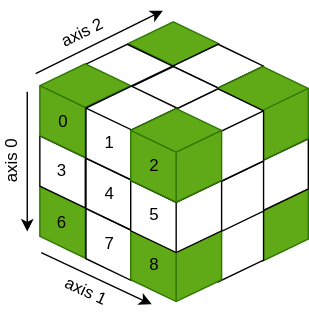
Above: images/array-3d-strided.drawio.svg in dboyliao/TaipeiPy-numpy-talk-2023-Jan (draw.io), before the change. Source tidied: cells renumbered, new cells last; positions are measured from the earlier drawing's top-left corner, leaving out a move shared by most shapes. The source it was exported from:
```xml
<mxGraphModel>
  <root>
    <mxCell id="0" />
    <mxCell id="1" parent="0" />
    <mxCell id="2" style="html=1;whiteSpace=wrap;shape=isoCube2;backgroundOutline=1;isoAngle=15;fillColor=#60a917;fontColor=#ffffff;strokeColor=#2D7600;" parent="1" vertex="1">
      <mxGeometry x="91" y="8" width="65" height="67" as="geometry" />
    </mxCell>
    <mxCell id="3" style="html=1;whiteSpace=wrap;shape=isoCube2;backgroundOutline=1;isoAngle=15;" parent="1" vertex="1">
      <mxGeometry x="58" y="24" width="65" height="67" as="geometry" />
    </mxCell>
    <mxCell id="4" style="html=1;whiteSpace=wrap;shape=isoCube2;backgroundOutline=1;isoAngle=15;" parent="1" vertex="1">
      <mxGeometry x="123" y="24" width="65" height="67" as="geometry" />
    </mxCell>
    <mxCell id="5" style="html=1;whiteSpace=wrap;shape=isoCube2;backgroundOutline=1;isoAngle=15;" parent="1" vertex="1">
      <mxGeometry x="91" y="40" width="65" height="67" as="geometry" />
    </mxCell>
    <mxCell id="6" style="html=1;whiteSpace=wrap;shape=isoCube2;backgroundOutline=1;isoAngle=15;fillColor=#60a917;fontColor=#ffffff;strokeColor=#2D7600;" parent="1" vertex="1">
      <mxGeometry x="28" y="110" width="65" height="67" as="geometry" />
    </mxCell>
    <mxCell id="7" style="html=1;whiteSpace=wrap;shape=isoCube2;backgroundOutline=1;isoAngle=15;" parent="1" vertex="1">
      <mxGeometry x="28" y="74" width="65" height="67" as="geometry" />
    </mxCell>
    <mxCell id="8" style="html=1;whiteSpace=wrap;shape=isoCube2;backgroundOutline=1;isoAngle=15;fillColor=#60a917;fontColor=#ffffff;strokeColor=#2D7600;" parent="1" vertex="1">
      <mxGeometry x="28" y="38" width="65" height="67" as="geometry" />
    </mxCell>
    <mxCell id="9" style="html=1;whiteSpace=wrap;shape=isoCube2;backgroundOutline=1;isoAngle=15;" parent="1" vertex="1">
      <mxGeometry x="61" y="126" width="65" height="67" as="geometry" />
    </mxCell>
    <mxCell id="10" style="html=1;whiteSpace=wrap;shape=isoCube2;backgroundOutline=1;isoAngle=15;" parent="1" vertex="1">
      <mxGeometry x="61" y="90" width="65" height="67" as="geometry" />
    </mxCell>
    <mxCell id="11" style="html=1;whiteSpace=wrap;shape=isoCube2;backgroundOutline=1;isoAngle=15;" parent="1" vertex="1">
      <mxGeometry x="61" y="54" width="65" height="67" as="geometry" />
    </mxCell>
    <mxCell id="12" style="html=1;whiteSpace=wrap;shape=isoCube2;backgroundOutline=1;isoAngle=15;fillColor=#60a917;fontColor=#ffffff;strokeColor=#2D7600;" parent="1" vertex="1">
      <mxGeometry x="155" y="112" width="65" height="67" as="geometry" />
    </mxCell>
    <mxCell id="13" style="html=1;whiteSpace=wrap;shape=isoCube2;backgroundOutline=1;isoAngle=15;" parent="1" vertex="1">
      <mxGeometry x="155" y="76" width="65" height="67" as="geometry" />
    </mxCell>
    <mxCell id="14" style="html=1;whiteSpace=wrap;shape=isoCube2;backgroundOutline=1;isoAngle=15;fillColor=#60a917;fontColor=#ffffff;strokeColor=#2D7600;" parent="1" vertex="1">
      <mxGeometry x="155" y="40" width="65" height="67" as="geometry" />
    </mxCell>
    <mxCell id="15" style="html=1;whiteSpace=wrap;shape=isoCube2;backgroundOutline=1;isoAngle=15;" parent="1" vertex="1">
      <mxGeometry x="123" y="127" width="65" height="67" as="geometry" />
    </mxCell>
    <mxCell id="16" style="html=1;whiteSpace=wrap;shape=isoCube2;backgroundOutline=1;isoAngle=15;" parent="1" vertex="1">
      <mxGeometry x="123" y="92" width="65" height="67" as="geometry" />
    </mxCell>
    <mxCell id="17" style="html=1;whiteSpace=wrap;shape=isoCube2;backgroundOutline=1;isoAngle=15;" parent="1" vertex="1">
      <mxGeometry x="123" y="56" width="65" height="67" as="geometry" />
    </mxCell>
    <mxCell id="18" style="html=1;whiteSpace=wrap;shape=isoCube2;backgroundOutline=1;isoAngle=15;fillColor=#60a917;fontColor=#ffffff;strokeColor=#2D7600;" parent="1" vertex="1">
      <mxGeometry x="93" y="141" width="65" height="67" as="geometry" />
    </mxCell>
    <mxCell id="19" style="html=1;whiteSpace=wrap;shape=isoCube2;backgroundOutline=1;isoAngle=15;" parent="1" vertex="1">
      <mxGeometry x="93" y="106" width="65" height="67" as="geometry" />
    </mxCell>
    <mxCell id="20" style="html=1;whiteSpace=wrap;shape=isoCube2;backgroundOutline=1;isoAngle=15;fillColor=#60a917;fontColor=#ffffff;strokeColor=#2D7600;" parent="1" vertex="1">
      <mxGeometry x="93" y="70" width="65" height="67" as="geometry" />
    </mxCell>
    <mxCell id="21" style="endArrow=classic;html=1;" parent="1" edge="1">
      <mxGeometry relative="1" as="geometry">
        <mxPoint x="19" y="58" as="sourcePoint" />
        <mxPoint x="19" y="158" as="targetPoint" />
      </mxGeometry>
    </mxCell>
    <mxCell id="22" style="endArrow=classic;html=1;" parent="1" edge="1">
      <mxGeometry relative="1" as="geometry">
        <mxPoint x="29" y="173" as="sourcePoint" />
        <mxPoint x="108" y="210" as="targetPoint" />
      </mxGeometry>
    </mxCell>
    <mxCell id="23" style="endArrow=classic;html=1;" parent="1" edge="1">
      <mxGeometry relative="1" as="geometry">
        <mxPoint x="25" y="45" as="sourcePoint" />
        <mxPoint x="116" as="targetPoint" />
      </mxGeometry>
    </mxCell>
    <mxCell id="24" value="axis 0" style="text;html=1;strokeColor=none;fillColor=none;align=center;verticalAlign=middle;whiteSpace=wrap;rounded=0;direction=south;horizontal=0;" parent="1" vertex="1">
      <mxGeometry y="75" width="15" height="65" as="geometry" />
    </mxCell>
    <mxCell id="25" value="axis 1" style="text;html=1;strokeColor=none;fillColor=none;align=center;verticalAlign=middle;whiteSpace=wrap;rounded=0;direction=west;horizontal=1;rotation=25;" parent="1" vertex="1">
      <mxGeometry x="29" y="193" width="65" height="15" as="geometry" />
    </mxCell>
    <mxCell id="26" value="axis 2" style="text;html=1;strokeColor=none;fillColor=none;align=center;verticalAlign=middle;whiteSpace=wrap;rounded=0;direction=west;horizontal=1;rotation=334;" parent="1" vertex="1">
      <mxGeometry x="26" y="8" width="65" height="15" as="geometry" />
    </mxCell>
    <mxCell id="27" value="0" style="text;html=1;strokeColor=none;fillColor=none;align=center;verticalAlign=middle;whiteSpace=wrap;rounded=0;" parent="1" vertex="1">
      <mxGeometry x="15" y="65" width="60" height="30" as="geometry" />
    </mxCell>
    <mxCell id="28" value="1" style="text;html=1;strokeColor=none;fillColor=none;align=center;verticalAlign=middle;whiteSpace=wrap;rounded=0;" parent="1" vertex="1">
      <mxGeometry x="48" y="79.5" width="60" height="30" as="geometry" />
    </mxCell>
    <mxCell id="29" value="2" style="text;html=1;strokeColor=none;fillColor=none;align=center;verticalAlign=middle;whiteSpace=wrap;rounded=0;" parent="1" vertex="1">
      <mxGeometry x="80" y="96" width="60" height="30" as="geometry" />
    </mxCell>
    <mxCell id="30" value="3" style="text;html=1;strokeColor=none;fillColor=none;align=center;verticalAlign=middle;whiteSpace=wrap;rounded=0;" parent="1" vertex="1">
      <mxGeometry x="14" y="100" width="60" height="30" as="geometry" />
    </mxCell>
    <mxCell id="31" value="4" style="text;html=1;strokeColor=none;fillColor=none;align=center;verticalAlign=middle;whiteSpace=wrap;rounded=0;" parent="1" vertex="1">
      <mxGeometry x="48" y="116" width="60" height="30" as="geometry" />
    </mxCell>
    <mxCell id="32" value="5" style="text;html=1;strokeColor=none;fillColor=none;align=center;verticalAlign=middle;whiteSpace=wrap;rounded=0;" parent="1" vertex="1">
      <mxGeometry x="80" y="131" width="60" height="30" as="geometry" />
    </mxCell>
    <mxCell id="33" value="6" style="text;html=1;strokeColor=none;fillColor=none;align=center;verticalAlign=middle;whiteSpace=wrap;rounded=0;" parent="1" vertex="1">
      <mxGeometry x="14" y="137" width="60" height="30" as="geometry" />
    </mxCell>
    <mxCell id="34" value="7" style="text;html=1;strokeColor=none;fillColor=none;align=center;verticalAlign=middle;whiteSpace=wrap;rounded=0;" parent="1" vertex="1">
      <mxGeometry x="48" y="152" width="60" height="30" as="geometry" />
    </mxCell>
    <mxCell id="35" value="8" style="text;html=1;strokeColor=none;fillColor=none;align=center;verticalAlign=middle;whiteSpace=wrap;rounded=0;" parent="1" vertex="1">
      <mxGeometry x="80" y="167" width="60" height="30" as="geometry" />
    </mxCell>
  </root>
</mxGraphModel>
```
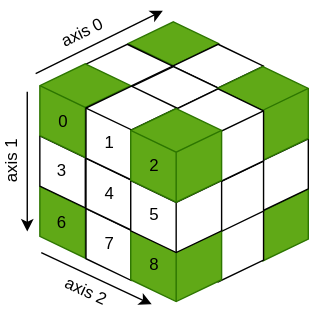
After the commit.

Diff of the diagram source:
```diff
@@ -77,13 +77,13 @@
         <mxPoint x="116" as="targetPoint" />
       </mxGeometry>
     </mxCell>
-    <mxCell id="24" value="axis 0" style="text;html=1;strokeColor=none;fillColor=none;align=center;verticalAlign=middle;whiteSpace=wrap;rounded=0;direction=south;horizontal=0;" parent="1" vertex="1">
+    <mxCell id="24" value="axis 1" style="text;html=1;strokeColor=none;fillColor=none;align=center;verticalAlign=middle;whiteSpace=wrap;rounded=0;direction=south;horizontal=0;" parent="1" vertex="1">
       <mxGeometry y="75" width="15" height="65" as="geometry" />
     </mxCell>
-    <mxCell id="25" value="axis 1" style="text;html=1;strokeColor=none;fillColor=none;align=center;verticalAlign=middle;whiteSpace=wrap;rounded=0;direction=west;horizontal=1;rotation=25;" parent="1" vertex="1">
+    <mxCell id="25" value="axis 2" style="text;html=1;strokeColor=none;fillColor=none;align=center;verticalAlign=middle;whiteSpace=wrap;rounded=0;direction=west;horizontal=1;rotation=25;" parent="1" vertex="1">
       <mxGeometry x="29" y="193" width="65" height="15" as="geometry" />
     </mxCell>
-    <mxCell id="26" value="axis 2" style="text;html=1;strokeColor=none;fillColor=none;align=center;verticalAlign=middle;whiteSpace=wrap;rounded=0;direction=west;horizontal=1;rotation=334;" parent="1" vertex="1">
+    <mxCell id="26" value="axis 0" style="text;html=1;strokeColor=none;fillColor=none;align=center;verticalAlign=middle;whiteSpace=wrap;rounded=0;direction=west;horizontal=1;rotation=334;" parent="1" vertex="1">
       <mxGeometry x="26" y="8" width="65" height="15" as="geometry" />
     </mxCell>
     <mxCell id="27" value="0" style="text;html=1;strokeColor=none;fillColor=none;align=center;verticalAlign=middle;whiteSpace=wrap;rounded=0;" parent="1" vertex="1">
```
